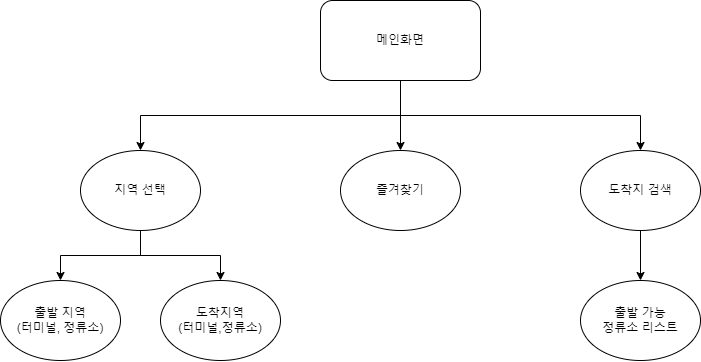
The draw.io diagram bus/etc/시외버스.drawio.png in 2gechan/Biz-2023-505-UIUX, before a commit. Source tidied: cells renumbered, new cells last; positions are measured from the earlier drawing's top-left corner, leaving out a move shared by most shapes.
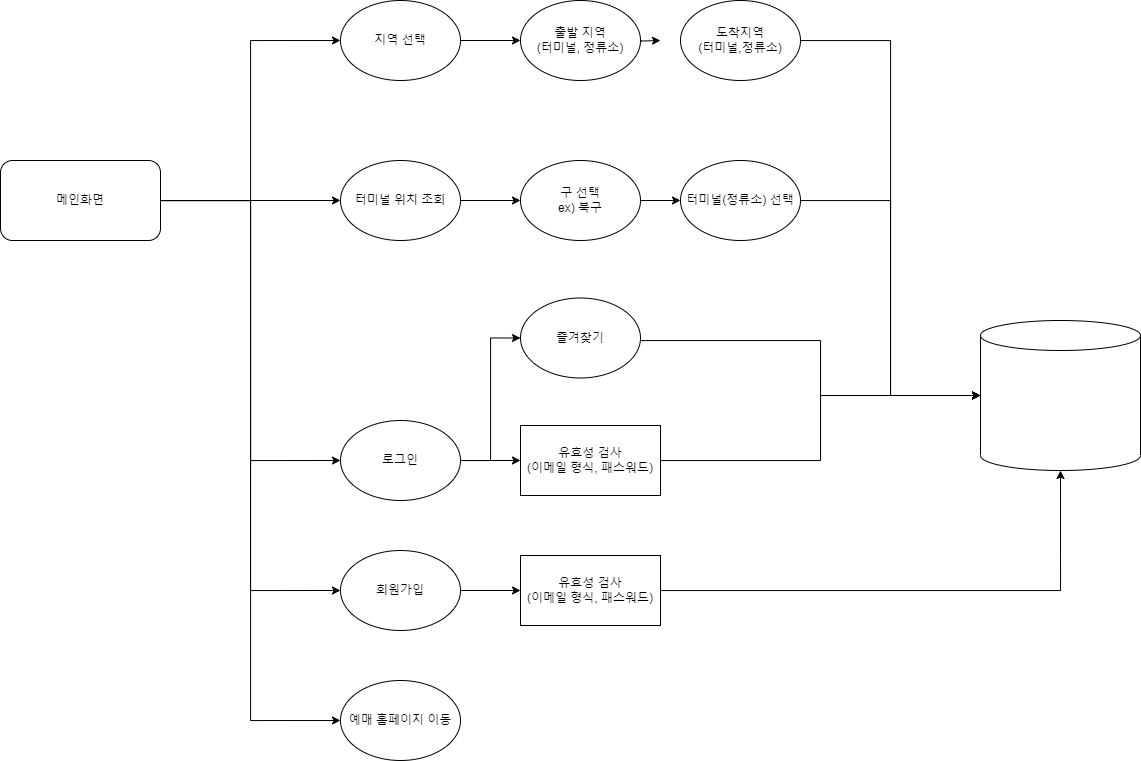
The same file after the commit.

The edit, as a diff of the source:
```diff
@@ -2,44 +2,110 @@
   <root>
     <mxCell id="0" />
     <mxCell id="1" parent="0" />
-    <mxCell id="2" style="edgeStyle=orthogonalEdgeStyle;rounded=0;jettySize=auto;html=1;entryX=0.5;entryY=0;entryDx=0;entryDy=0;exitX=0.5;exitY=1;exitDx=0;exitDy=0;" parent="1" edge="1" source="5" target="8">
+    <mxCell id="2" style="edgeStyle=orthogonalEdgeStyle;rounded=0;jettySize=auto;html=1;entryX=0;entryY=0.5;entryDx=0;entryDy=0;" parent="1" edge="1" source="5" target="8">
       <mxGeometry relative="1" as="geometry" />
     </mxCell>
-    <mxCell id="3" style="edgeStyle=orthogonalEdgeStyle;rounded=0;jettySize=auto;html=1;entryX=0.5;entryY=0;entryDx=0;entryDy=0;exitX=0.5;exitY=1;exitDx=0;exitDy=0;" parent="1" edge="1" source="5" target="12">
-      <mxGeometry relative="1" as="geometry" />
-    </mxCell>
-    <mxCell id="4" style="edgeStyle=orthogonalEdgeStyle;rounded=0;jettySize=auto;html=1;entryX=0.5;entryY=0;entryDx=0;entryDy=0;" parent="1" edge="1" source="5" target="13">
+    <mxCell id="4" style="edgeStyle=orthogonalEdgeStyle;rounded=0;jettySize=auto;html=1;entryX=0;entryY=0.5;entryDx=0;entryDy=0;" parent="1" edge="1" source="5" target="13">
       <mxGeometry relative="1" as="geometry" />
     </mxCell>
+    <mxCell id="15" style="edgeStyle=orthogonalEdgeStyle;rounded=0;jettySize=auto;html=1;entryX=0;entryY=0.5;entryDx=0;entryDy=0;" parent="1" edge="1" source="5" target="23">
+      <mxGeometry relative="1" as="geometry" />
+    </mxCell>
+    <mxCell id="16" style="edgeStyle=orthogonalEdgeStyle;rounded=0;jettySize=auto;html=1;entryX=0;entryY=0.5;entryDx=0;entryDy=0;" parent="1" edge="1" source="5" target="30">
+      <mxGeometry relative="1" as="geometry" />
+    </mxCell>
+    <mxCell id="17" style="edgeStyle=orthogonalEdgeStyle;rounded=0;jettySize=auto;html=1;entryX=0;entryY=0.5;entryDx=0;entryDy=0;" parent="1" edge="1" source="5" target="32">
+      <mxGeometry relative="1" as="geometry" />
+    </mxCell>
     <mxCell id="5" value="메인화면" style="rounded=1;whiteSpace=wrap;html=1;" parent="1" vertex="1">
-      <mxGeometry x="320" width="160" height="80" as="geometry" />
+      <mxGeometry x="-240" y="120" width="160" height="80" as="geometry" />
     </mxCell>
-    <mxCell id="6" style="edgeStyle=orthogonalEdgeStyle;rounded=0;jettySize=auto;html=1;entryX=0.5;entryY=0;entryDx=0;entryDy=0;exitX=0.5;exitY=1;exitDx=0;exitDy=0;" parent="1" edge="1" source="8" target="9">
+    <mxCell id="6" style="edgeStyle=orthogonalEdgeStyle;rounded=0;jettySize=auto;html=1;entryX=0;entryY=0.5;entryDx=0;entryDy=0;" parent="1" edge="1" source="8" target="9">
       <mxGeometry relative="1" as="geometry" />
     </mxCell>
-    <mxCell id="7" style="edgeStyle=orthogonalEdgeStyle;rounded=0;jettySize=auto;html=1;entryX=0.5;entryY=0;entryDx=0;entryDy=0;exitX=0.5;exitY=1;exitDx=0;exitDy=0;" parent="1" edge="1" source="8" target="10">
-      <mxGeometry relative="1" as="geometry" />
-    </mxCell>
     <mxCell id="8" value="지역 선택" style="ellipse;whiteSpace=wrap;html=1;" parent="1" vertex="1">
-      <mxGeometry x="80" y="150" width="120" height="80" as="geometry" />
+      <mxGeometry x="100" y="-40" width="120" height="80" as="geometry" />
     </mxCell>
+    <mxCell id="18" style="edgeStyle=orthogonalEdgeStyle;rounded=0;orthogonalLoop=1;jettySize=auto;html=1;entryX=0;entryY=0.5;entryDx=0;entryDy=0;" parent="1" edge="1">
+      <mxGeometry relative="1" as="geometry">
+        <mxPoint x="380" as="sourcePoint" />
+        <mxPoint x="420" as="targetPoint" />
+      </mxGeometry>
+    </mxCell>
     <mxCell id="9" value="출발 지역&lt;br&gt;(터미널, 정류소)" style="ellipse;whiteSpace=wrap;html=1;" parent="1" vertex="1">
-      <mxGeometry y="280" width="120" height="80" as="geometry" />
+      <mxGeometry x="280" y="-40" width="120" height="80" as="geometry" />
     </mxCell>
+    <mxCell id="19" style="edgeStyle=orthogonalEdgeStyle;rounded=0;jettySize=auto;html=1;entryX=0;entryY=0.5;entryDx=0;entryDy=0;entryPerimeter=0;" parent="1" edge="1" source="10" target="22">
+      <mxGeometry relative="1" as="geometry" />
+    </mxCell>
     <mxCell id="10" value="도착지역&lt;br&gt;(터미널,정류소)" style="ellipse;whiteSpace=wrap;html=1;" parent="1" vertex="1">
-      <mxGeometry x="160" y="280" width="120" height="80" as="geometry" />
+      <mxGeometry x="440" y="-40" width="120" height="80" as="geometry" />
     </mxCell>
-    <mxCell id="11" style="edgeStyle=orthogonalEdgeStyle;rounded=0;jettySize=auto;html=1;entryX=0.5;entryY=0;entryDx=0;entryDy=0;exitX=0.5;exitY=1;exitDx=0;exitDy=0;" parent="1" edge="1" source="12" target="14">
-      <mxGeometry relative="1" as="geometry" />
-    </mxCell>
+    <mxCell id="20" style="edgeStyle=orthogonalEdgeStyle;rounded=0;jettySize=auto;html=1;entryX=0;entryY=0.5;entryDx=0;entryDy=0;entryPerimeter=0;" parent="1" edge="1" source="12" target="22">
+      <mxGeometry relative="1" as="geometry">
+        <Array as="points">
+          <mxPoint x="580" y="300" />
+          <mxPoint x="580" y="355" />
+        </Array>
+      </mxGeometry>
+    </mxCell>
-    <mxCell id="12" value="도착지 검색" style="ellipse;whiteSpace=wrap;html=1;" parent="1" vertex="1">
-      <mxGeometry x="580" y="150" width="120" height="80" as="geometry" />
+    <mxCell id="12" value="즐겨찾기" style="ellipse;whiteSpace=wrap;html=1;" parent="1" vertex="1">
+      <mxGeometry x="280" y="257.5" width="120" height="80" as="geometry" />
     </mxCell>
+    <mxCell id="21" style="edgeStyle=orthogonalEdgeStyle;rounded=0;jettySize=auto;html=1;entryX=0;entryY=0.5;entryDx=0;entryDy=0;" parent="1" edge="1" source="13" target="25">
+      <mxGeometry relative="1" as="geometry" />
+    </mxCell>
-    <mxCell id="13" value="즐겨찾기" style="ellipse;whiteSpace=wrap;html=1;" parent="1" vertex="1">
-      <mxGeometry x="340" y="150" width="120" height="80" as="geometry" />
+    <mxCell id="13" value="터미널 위치 조회" style="ellipse;whiteSpace=wrap;html=1;" parent="1" vertex="1">
+      <mxGeometry x="100" y="120" width="120" height="80" as="geometry" />
     </mxCell>
-    <mxCell id="14" value="출발 가능&lt;br&gt;정류소 리스트" style="ellipse;whiteSpace=wrap;html=1;" parent="1" vertex="1">
-      <mxGeometry x="580" y="280" width="120" height="80" as="geometry" />
-    </mxCell>
+    <mxCell id="22" style="shape=cylinder3;whiteSpace=wrap;html=1;boundedLbl=1;backgroundOutline=1;size=15;" parent="1" vertex="1">
+      <mxGeometry x="740" y="280" width="160" height="150" as="geometry" />
+    </mxCell>
+    <mxCell id="23" value="예매 홈페이지 이동" style="ellipse;whiteSpace=wrap;html=1;" parent="1" vertex="1">
+      <mxGeometry x="100" y="640" width="120" height="80" as="geometry" />
+    </mxCell>
+    <mxCell id="24" style="edgeStyle=orthogonalEdgeStyle;rounded=0;jettySize=auto;html=1;entryX=0;entryY=0.5;entryDx=0;entryDy=0;" parent="1" edge="1" source="25" target="27">
+      <mxGeometry relative="1" as="geometry" />
+    </mxCell>
+    <mxCell id="25" value="구 선택&lt;br&gt;ex) 북구" style="ellipse;whiteSpace=wrap;html=1;" parent="1" vertex="1">
+      <mxGeometry x="280" y="120" width="120" height="80" as="geometry" />
+    </mxCell>
+    <mxCell id="26" style="edgeStyle=orthogonalEdgeStyle;rounded=0;jettySize=auto;html=1;entryX=0;entryY=0.5;entryDx=0;entryDy=0;entryPerimeter=0;" parent="1" edge="1" source="27" target="22">
+      <mxGeometry relative="1" as="geometry" />
+    </mxCell>
+    <mxCell id="27" value="터미널(정류소) 선택" style="ellipse;whiteSpace=wrap;html=1;" parent="1" vertex="1">
+      <mxGeometry x="440" y="120" width="120" height="80" as="geometry" />
+    </mxCell>
+    <mxCell id="28" style="edgeStyle=orthogonalEdgeStyle;rounded=0;jettySize=auto;html=1;entryX=0;entryY=0.5;entryDx=0;entryDy=0;" parent="1" edge="1" source="30" target="36">
+      <mxGeometry relative="1" as="geometry" />
+    </mxCell>
+    <mxCell id="29" style="edgeStyle=orthogonalEdgeStyle;rounded=0;jettySize=auto;html=1;entryX=0;entryY=0.5;entryDx=0;entryDy=0;" parent="1" edge="1" source="30" target="12">
+      <mxGeometry relative="1" as="geometry" />
+    </mxCell>
+    <mxCell id="30" value="로그인" style="ellipse;whiteSpace=wrap;html=1;" parent="1" vertex="1">
+      <mxGeometry x="100" y="380" width="120" height="80" as="geometry" />
+    </mxCell>
+    <mxCell id="31" style="edgeStyle=orthogonalEdgeStyle;rounded=0;jettySize=auto;html=1;entryX=0;entryY=0.5;entryDx=0;entryDy=0;" parent="1" edge="1" source="32" target="34">
+      <mxGeometry relative="1" as="geometry" />
+    </mxCell>
+    <mxCell id="32" value="회원가입" style="ellipse;whiteSpace=wrap;html=1;" parent="1" vertex="1">
+      <mxGeometry x="100" y="510" width="120" height="80" as="geometry" />
+    </mxCell>
+    <mxCell id="33" style="edgeStyle=orthogonalEdgeStyle;rounded=0;jettySize=auto;html=1;entryX=0.5;entryY=1;entryDx=0;entryDy=0;entryPerimeter=0;" parent="1" edge="1" source="34" target="22">
+      <mxGeometry relative="1" as="geometry">
+        <Array as="points">
+          <mxPoint x="820" y="550" />
+        </Array>
+      </mxGeometry>
+    </mxCell>
+    <mxCell id="34" value="유효성 검사&lt;br&gt;(이메일 형식, 패스워드)" style="rounded=0;whiteSpace=wrap;html=1;" parent="1" vertex="1">
+      <mxGeometry x="280" y="515" width="140" height="70" as="geometry" />
+    </mxCell>
+    <mxCell id="35" style="edgeStyle=orthogonalEdgeStyle;rounded=0;jettySize=auto;html=1;entryX=0;entryY=0.5;entryDx=0;entryDy=0;entryPerimeter=0;" parent="1" edge="1" source="36" target="22">
+      <mxGeometry relative="1" as="geometry" />
+    </mxCell>
+    <mxCell id="36" value="유효성 검사&lt;br&gt;(이메일 형식, 패스워드)" style="rounded=0;whiteSpace=wrap;html=1;" parent="1" vertex="1">
+      <mxGeometry x="280" y="385" width="140" height="70" as="geometry" />
+    </mxCell>
   </root>
 </mxGraphModel>
```
